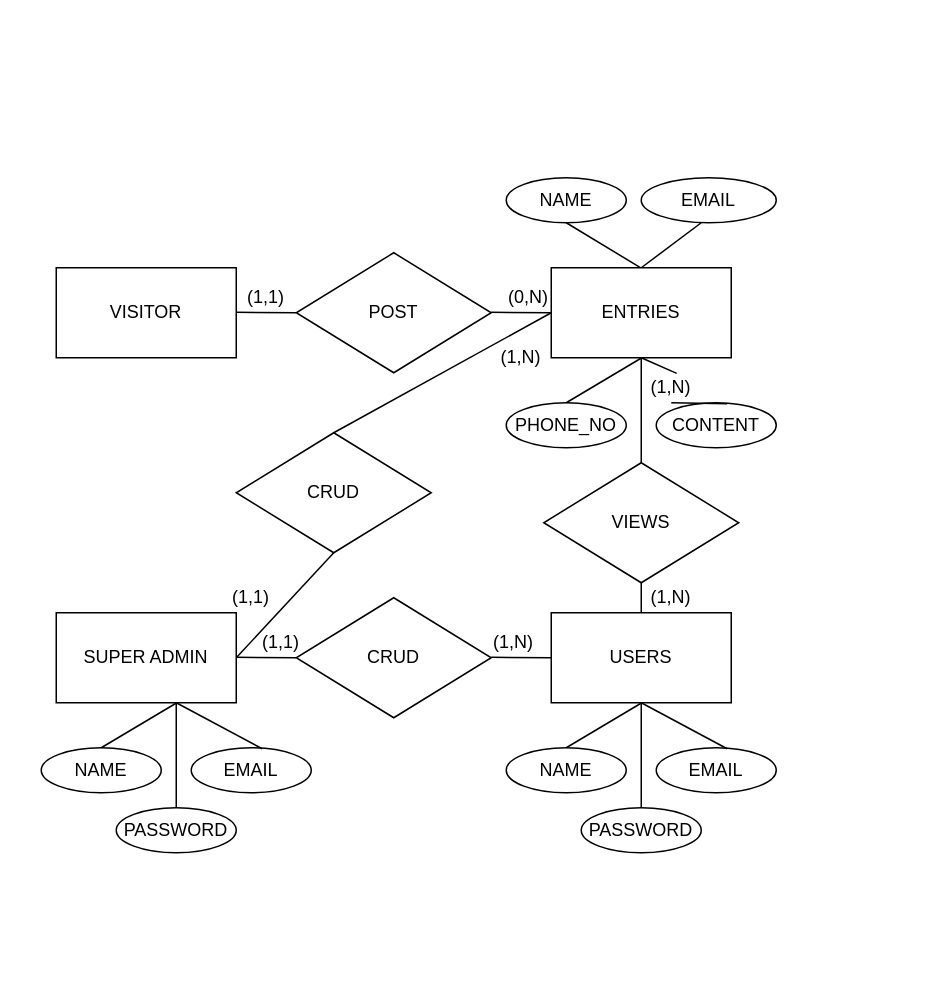
This is Submissions/Assignment01/Portfilio_ER.drawio from hussainlallani/f20_csfs1030, a draw.io file, before an edit. Source tidied: cells renumbered, new cells numbered last; positions are measured from the earlier drawing's top-left corner, leaving out a move shared by most shapes. Both pictures are drawn from the tidied source at 150%, with x=0, y=0 at pixel (40, 177).
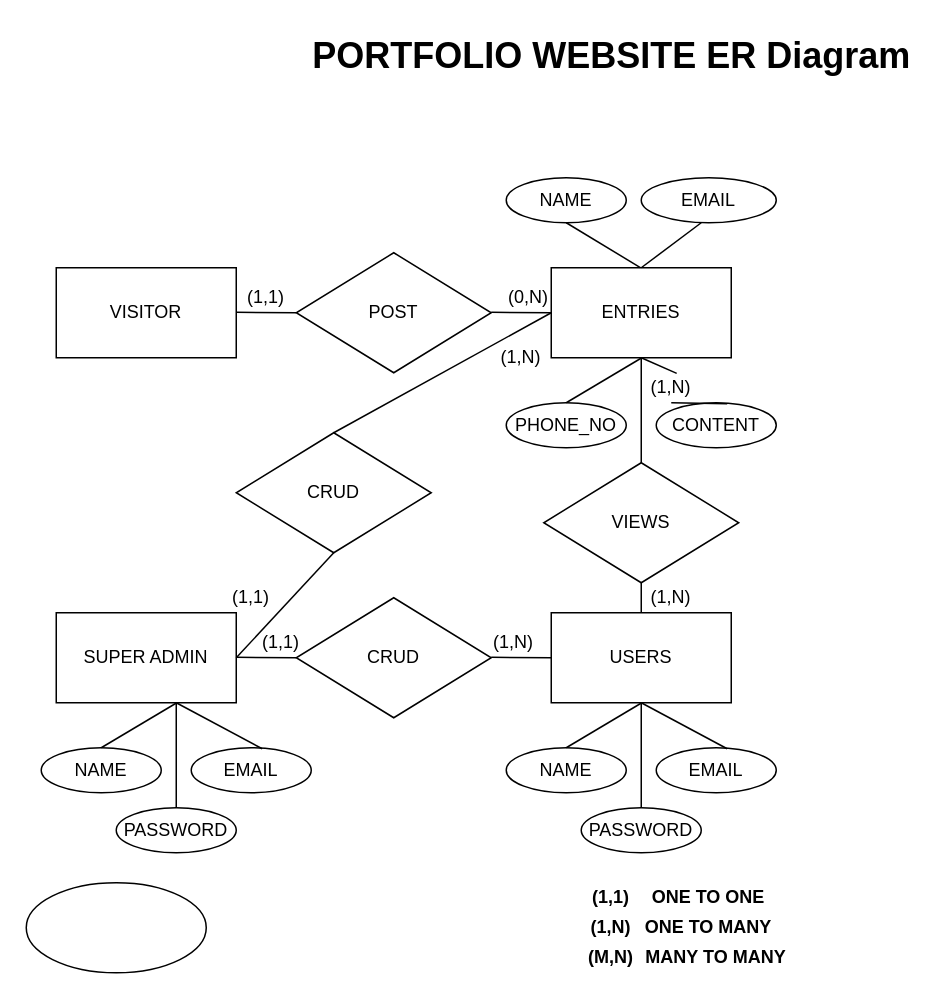
Above is the later version.

What changed in the source:
```diff
@@
+    <mxCell id="50" value="(1,1)" style="text;html=1;strokeColor=none;fillColor=none;align=center;verticalAlign=middle;whiteSpace=wrap;rounded=0;fontStyle=1;" parent="1" vertex="1">
+      <mxGeometry x="360" y="470" width="40" height="20" as="geometry" />
+    </mxCell>
+    <mxCell id="51" value="ONE TO ONE" style="text;html=1;strokeColor=none;fillColor=none;align=center;verticalAlign=middle;whiteSpace=wrap;rounded=0;fontStyle=1;" parent="1" vertex="1">
+      <mxGeometry x="400" y="470" width="90" height="20" as="geometry" />
+    </mxCell>
+    <mxCell id="52" value="(1,N)" style="text;html=1;strokeColor=none;fillColor=none;align=center;verticalAlign=middle;whiteSpace=wrap;rounded=0;fontStyle=1;" parent="1" vertex="1">
+      <mxGeometry x="360" y="490" width="40" height="20" as="geometry" />
+    </mxCell>
+    <mxCell id="53" value="ONE TO MANY" style="text;html=1;strokeColor=none;fillColor=none;align=center;verticalAlign=middle;whiteSpace=wrap;rounded=0;fontStyle=1;" parent="1" vertex="1">
+      <mxGeometry x="400" y="490" width="90" height="20" as="geometry" />
+    </mxCell>
+    <mxCell id="54" value="(M,N)" style="text;html=1;strokeColor=none;fillColor=none;align=center;verticalAlign=middle;whiteSpace=wrap;rounded=0;fontStyle=1;" parent="1" vertex="1">
+      <mxGeometry x="360" y="510" width="40" height="20" as="geometry" />
+    </mxCell>
+    <mxCell id="55" value="MANY TO MANY" style="text;html=1;strokeColor=none;fillColor=none;align=center;verticalAlign=middle;whiteSpace=wrap;rounded=0;fontStyle=1;" parent="1" vertex="1">
+      <mxGeometry x="400" y="510" width="100" height="20" as="geometry" />
+    </mxCell>
+    <mxCell id="56" style="ellipse;whiteSpace=wrap;html=1;" parent="1" vertex="1">
+      <mxGeometry x="-10" y="470" width="120" height="60" as="geometry" />
+    </mxCell>
+    <mxCell id="57" value="PORTFOLIO WEBSITE ER Diagram" style="text;strokeColor=none;fillColor=none;html=1;fontSize=24;fontStyle=1;verticalAlign=middle;align=center;" parent="1" vertex="1">
+      <mxGeometry x="330" y="-101" width="100" height="40" as="geometry" />
+    </mxCell>
```
